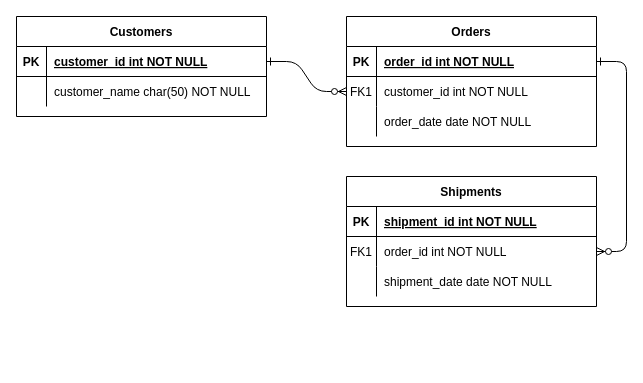
The draw.io diagram MindCare.drawio in pontusalm/MindCare, before the edit. Source tidied: cells renumbered, new cells numbered last; positions are measured from the earlier drawing's top-left corner, leaving out a move shared by most shapes. Both pictures are drawn from the tidied source at 100%, with x=0, y=0 at pixel (16, 16).
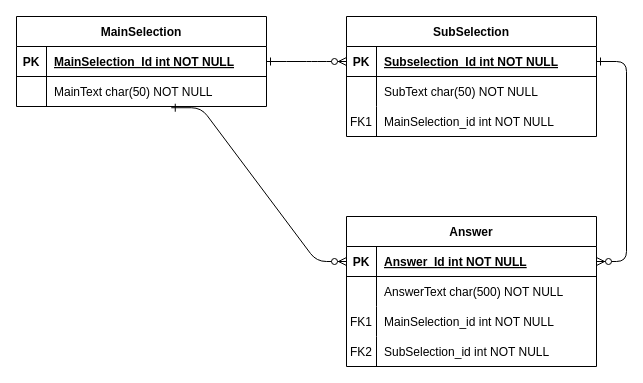
The same diagram, later.

The change refers to these unchanged cells:
```xml
<mxCell id="5" style="shape=partialRectangle;fillColor=none;points=[[0,0.5],[1,0.5]];portConstraint=eastwest;top=0;left=0;right=0;bottom=1;" parent="4" vertex="1">
  <mxGeometry y="30" width="250" height="30" as="geometry" />
</mxCell>
<mxCell id="15" style="shape=partialRectangle;fillColor=none;points=[[0,0.5],[1,0.5]];portConstraint=eastwest;top=0;left=0;right=0;bottom=1;" parent="14" vertex="1">
  <mxGeometry y="30" width="250" height="30" as="geometry" />
</mxCell>
<mxCell id="18" style="shape=partialRectangle;fillColor=none;points=[[0,0.5],[1,0.5]];portConstraint=eastwest;top=0;left=0;right=0;bottom=0;" parent="14" vertex="1">
  <mxGeometry y="60" width="250" height="30" as="geometry" />
</mxCell>
<mxCell id="21" style="shape=partialRectangle;fillColor=none;top=0;left=0;right=0;bottom=0;" parent="14" vertex="1">
  <mxGeometry y="90" width="250" height="30" as="geometry" />
</mxCell>
<mxCell id="25" style="shape=partialRectangle;fillColor=none;points=[[0,0.5],[1,0.5]];portConstraint=eastwest;top=0;left=0;right=0;bottom=1;" parent="24" vertex="1">
  <mxGeometry y="30" width="250" height="30" as="geometry" />
</mxCell>
<mxCell id="28" style="shape=partialRectangle;fillColor=none;points=[[0,0.5],[1,0.5]];portConstraint=eastwest;top=0;left=0;right=0;bottom=0;" parent="24" vertex="1">
  <mxGeometry y="60" width="250" height="30" as="geometry" />
</mxCell>
```

Change to the diagram source:
```diff
@@
-    <mxCell id="2" style="edgeStyle=entityRelationEdgeStyle;endArrow=ERzeroToMany;startArrow=ERone;endFill=1;startFill=0;" parent="1" edge="1" source="25" target="8">
+    <mxCell id="2" style="edgeStyle=entityRelationEdgeStyle;endArrow=ERzeroToMany;startArrow=ERone;endFill=1;startFill=0;entryX=0;entryY=0.5;entryDx=0;entryDy=0;" parent="1" edge="1" source="25" target="5">
       <mxGeometry relative="1" as="geometry" />
     </mxCell>
-    <mxCell id="3" style="edgeStyle=entityRelationEdgeStyle;endArrow=ERzeroToMany;startArrow=ERone;endFill=1;startFill=0;" parent="1" edge="1" source="5" target="18">
+    <mxCell id="3" style="edgeStyle=entityRelationEdgeStyle;endArrow=ERzeroToMany;startArrow=ERone;endFill=1;startFill=0;entryX=1;entryY=0.5;entryDx=0;entryDy=0;exitX=1;exitY=0.5;exitDx=0;exitDy=0;" parent="1" edge="1" source="5" target="15">
       <mxGeometry relative="1" as="geometry" />
     </mxCell>
-    <mxCell id="4" value="Orders" style="shape=table;startSize=30;childLayout=tableLayout;rowLines=0;fontStyle=1;align=center;" parent="1" vertex="1">
-      <mxGeometry x="330" width="250" height="130" as="geometry" />
+    <mxCell id="4" value="SubSelection" style="shape=table;startSize=30;childLayout=tableLayout;rowLines=0;fontStyle=1;align=center;" parent="1" vertex="1">
+      <mxGeometry x="330" width="250" height="120" as="geometry" />
     </mxCell>
@@
-    <mxCell id="7" value="order_id int NOT NULL " style="shape=partialRectangle;overflow=hidden;fillColor=none;top=0;left=0;bottom=0;right=0;align=left;spacingLeft=6;fontStyle=5;" parent="5" vertex="1">
+    <mxCell id="7" value="Subselection_Id int NOT NULL " style="shape=partialRectangle;overflow=hidden;fillColor=none;top=0;left=0;bottom=0;right=0;align=left;spacingLeft=6;fontStyle=5;" parent="5" vertex="1">
       <mxGeometry x="30" width="220" height="30" as="geometry" />
     </mxCell>
+    <mxCell id="11" style="shape=partialRectangle;fillColor=none;top=0;left=0;right=0;bottom=0;" parent="4" vertex="1">
+      <mxGeometry y="60" width="250" height="30" as="geometry" />
+    </mxCell>
+    <mxCell id="12" style="shape=partialRectangle;overflow=hidden;fillColor=none;top=0;left=0;bottom=0;right=0;" parent="11" vertex="1">
+      <mxGeometry width="30" height="30" as="geometry" />
+    </mxCell>
+    <mxCell id="13" value="SubText char(50) NOT NULL" style="shape=partialRectangle;overflow=hidden;fillColor=none;top=0;left=0;bottom=0;right=0;align=left;spacingLeft=6;" parent="11" vertex="1">
+      <mxGeometry x="30" width="220" height="30" as="geometry" />
+    </mxCell>
     <mxCell id="8" style="shape=partialRectangle;fillColor=none;points=[[0,0.5],[1,0.5]];portConstraint=eastwest;top=0;left=0;right=0;bottom=0;" parent="4" vertex="1">
-      <mxGeometry y="60" width="250" height="30" as="geometry" />
+      <mxGeometry y="90" width="250" height="30" as="geometry" />
     </mxCell>
@@
-    <mxCell id="10" value="customer_id int NOT NULL" style="shape=partialRectangle;overflow=hidden;fillColor=none;top=0;left=0;bottom=0;right=0;align=left;spacingLeft=6;" parent="8" vertex="1">
+    <mxCell id="10" value="MainSelection_id int NOT NULL" style="shape=partialRectangle;overflow=hidden;fillColor=none;top=0;left=0;bottom=0;right=0;align=left;spacingLeft=6;" parent="8" vertex="1">
       <mxGeometry x="30" width="220" height="30" as="geometry" />
     </mxCell>
-    <mxCell id="11" style="shape=partialRectangle;fillColor=none;top=0;left=0;right=0;bottom=0;" parent="4" vertex="1">
-      <mxGeometry y="90" width="250" height="30" as="geometry" />
-    </mxCell>
-    <mxCell id="12" style="shape=partialRectangle;overflow=hidden;fillColor=none;top=0;left=0;bottom=0;right=0;" parent="11" vertex="1">
-      <mxGeometry width="30" height="30" as="geometry" />
-    </mxCell>
-    <mxCell id="13" value="order_date date NOT NULL" style="shape=partialRectangle;overflow=hidden;fillColor=none;top=0;left=0;bottom=0;right=0;align=left;spacingLeft=6;" parent="11" vertex="1">
-      <mxGeometry x="30" width="220" height="30" as="geometry" />
-    </mxCell>
-    <mxCell id="14" value="Shipments" style="shape=table;startSize=30;childLayout=tableLayout;rowLines=0;fontStyle=1;align=center;" parent="1" vertex="1">
-      <mxGeometry x="330" y="160" width="250" height="130" as="geometry" />
+    <mxCell id="14" value="Answer" style="shape=table;startSize=30;childLayout=tableLayout;rowLines=0;fontStyle=1;align=center;" parent="1" vertex="1">
+      <mxGeometry x="330" y="200" width="250" height="150" as="geometry" />
     </mxCell>
@@
-    <mxCell id="17" value="shipment_id int NOT NULL " style="shape=partialRectangle;overflow=hidden;fillColor=none;top=0;left=0;bottom=0;right=0;align=left;spacingLeft=6;fontStyle=5;" parent="15" vertex="1">
+    <mxCell id="17" value="Answer_Id int NOT NULL " style="shape=partialRectangle;overflow=hidden;fillColor=none;top=0;left=0;bottom=0;right=0;align=left;spacingLeft=6;fontStyle=5;" parent="15" vertex="1">
       <mxGeometry x="30" width="220" height="30" as="geometry" />
     </mxCell>
@@
-    <mxCell id="19" value="FK1" style="shape=partialRectangle;overflow=hidden;fillColor=none;top=0;left=0;bottom=0;right=0;" parent="18" vertex="1">
+    <mxCell id="19" style="shape=partialRectangle;overflow=hidden;fillColor=none;top=0;left=0;bottom=0;right=0;" parent="18" vertex="1">
       <mxGeometry width="30" height="30" as="geometry" />
     </mxCell>
-    <mxCell id="20" value="order_id int NOT NULL" style="shape=partialRectangle;overflow=hidden;fillColor=none;top=0;left=0;bottom=0;right=0;align=left;spacingLeft=6;" parent="18" vertex="1">
+    <mxCell id="20" value="AnswerText char(500) NOT NULL" style="shape=partialRectangle;overflow=hidden;fillColor=none;top=0;left=0;bottom=0;right=0;align=left;spacingLeft=6;" parent="18" vertex="1">
       <mxGeometry x="30" width="220" height="30" as="geometry" />
     </mxCell>
@@
-    <mxCell id="22" style="shape=partialRectangle;overflow=hidden;fillColor=none;top=0;left=0;bottom=0;right=0;" parent="21" vertex="1">
+    <mxCell id="22" value="FK1" style="shape=partialRectangle;overflow=hidden;fillColor=none;top=0;left=0;bottom=0;right=0;" parent="21" vertex="1">
       <mxGeometry width="30" height="30" as="geometry" />
     </mxCell>
-    <mxCell id="23" value="shipment_date date NOT NULL" style="shape=partialRectangle;overflow=hidden;fillColor=none;top=0;left=0;bottom=0;right=0;align=left;spacingLeft=6;" parent="21" vertex="1">
+    <mxCell id="23" value="MainSelection_id int NOT NULL" style="shape=partialRectangle;overflow=hidden;fillColor=none;top=0;left=0;bottom=0;right=0;align=left;spacingLeft=6;" parent="21" vertex="1">
       <mxGeometry x="30" width="220" height="30" as="geometry" />
     </mxCell>
+    <mxCell id="31" style="shape=partialRectangle;fillColor=none;top=0;left=0;right=0;bottom=0;" parent="14" vertex="1">
+      <mxGeometry y="120" width="250" height="30" as="geometry" />
+    </mxCell>
+    <mxCell id="32" value="FK2" style="shape=partialRectangle;overflow=hidden;fillColor=none;top=0;left=0;bottom=0;right=0;" parent="31" vertex="1">
+      <mxGeometry width="30" height="30" as="geometry" />
+    </mxCell>
+    <mxCell id="33" value="SubSelection_id int NOT NULL" style="shape=partialRectangle;overflow=hidden;fillColor=none;top=0;left=0;bottom=0;right=0;align=left;spacingLeft=6;" parent="31" vertex="1">
+      <mxGeometry x="30" width="220" height="30" as="geometry" />
+    </mxCell>
-    <mxCell id="24" value="Customers" style="shape=table;startSize=30;childLayout=tableLayout;rowLines=0;fontStyle=1;align=center;" parent="1" vertex="1">
-      <mxGeometry width="250" height="100" as="geometry" />
+    <mxCell id="24" value="MainSelection" style="shape=table;startSize=30;childLayout=tableLayout;rowLines=0;fontStyle=1;align=center;" parent="1" vertex="1">
+      <mxGeometry width="250" height="90" as="geometry" />
     </mxCell>
@@
-    <mxCell id="27" value="customer_id int NOT NULL " style="shape=partialRectangle;overflow=hidden;fillColor=none;top=0;left=0;bottom=0;right=0;align=left;spacingLeft=6;fontStyle=5;" parent="25" vertex="1">
+    <mxCell id="27" value="MainSelection_Id int NOT NULL " style="shape=partialRectangle;overflow=hidden;fillColor=none;top=0;left=0;bottom=0;right=0;align=left;spacingLeft=6;fontStyle=5;" parent="25" vertex="1">
       <mxGeometry x="30" width="220" height="30" as="geometry" />
     </mxCell>
@@
-    <mxCell id="30" value="customer_name char(50) NOT NULL" style="shape=partialRectangle;overflow=hidden;fillColor=none;top=0;left=0;bottom=0;right=0;align=left;spacingLeft=6;" parent="28" vertex="1">
+    <mxCell id="30" value="MainText char(50) NOT NULL" style="shape=partialRectangle;overflow=hidden;fillColor=none;top=0;left=0;bottom=0;right=0;align=left;spacingLeft=6;" parent="28" vertex="1">
       <mxGeometry x="30" width="220" height="30" as="geometry" />
     </mxCell>
+    <mxCell id="34" style="edgeStyle=entityRelationEdgeStyle;endArrow=ERzeroToMany;startArrow=ERone;endFill=1;startFill=0;entryX=0;entryY=0.5;entryDx=0;entryDy=0;exitX=0.619;exitY=1.041;exitDx=0;exitDy=0;exitPerimeter=0;" parent="1" edge="1" source="28" target="15">
+      <mxGeometry relative="1" as="geometry" />
+    </mxCell>
```
